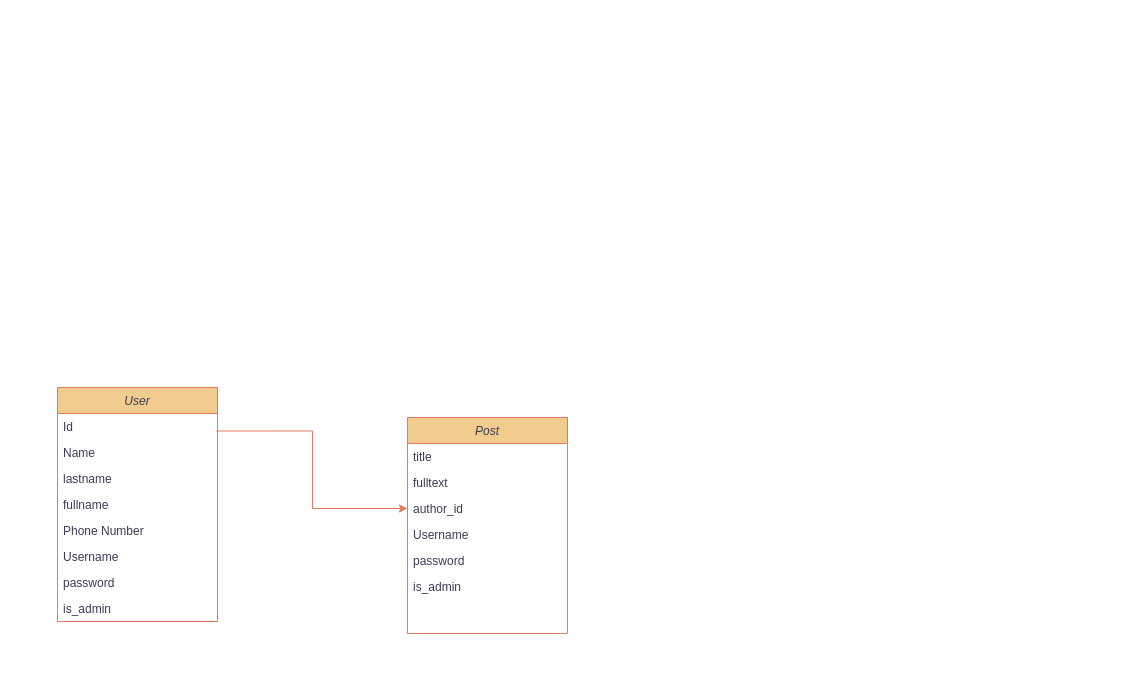
Above: Диаграмма без названия.drawio in StarGroupnukus/FiveCityNews (draw.io), before the change. Source tidied: cells renumbered, new cells numbered last; positions are measured from the earlier drawing's top-left corner, leaving out a move shared by most shapes. Both pictures are drawn from the tidied source at 100%, with x=0, y=0 at pixel (57, 387).
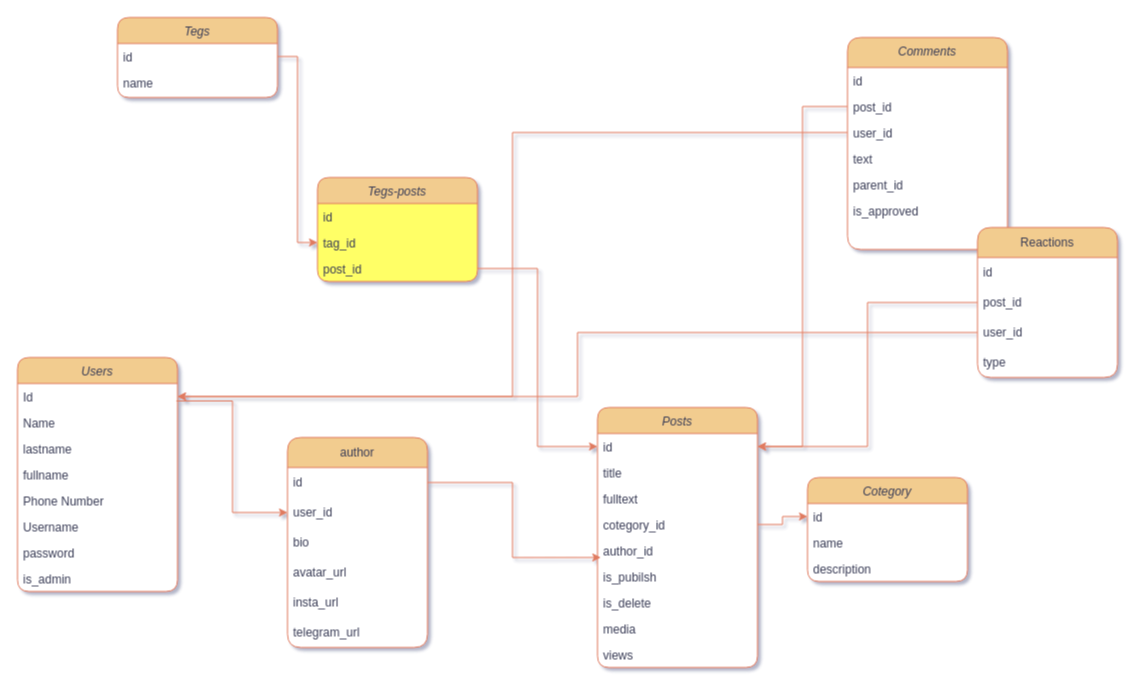
Above is the later version.

Unchanged cells that the change refers to:
```xml
<mxCell id="3" value="Id" style="text;align=left;verticalAlign=top;spacingLeft=4;spacingRight=4;overflow=hidden;points=[[0,0.5],[1,0.5]];portConstraint=eastwest;labelBackgroundColor=none;fontColor=#393C56;" parent="2" vertex="1">
  <mxGeometry y="26" width="160" height="26" as="geometry" />
</mxCell>
```

What changed in the source:
```diff
@@
-<mxGraphModel>
+<mxGraphModel shadow="1">
@@
-    <mxCell id="2" value="User" style="swimlane;fontStyle=2;align=center;verticalAlign=top;horizontal=1;startSize=26;rounded=0;shadow=0;strokeWidth=1;labelBackgroundColor=none;fillColor=#F2CC8F;strokeColor=#E07A5F;fontColor=#393C56;" parent="1" vertex="1">
-      <mxGeometry width="160" height="234" as="geometry" />
+    <mxCell id="2" value="Users" style="swimlane;fontStyle=2;align=center;verticalAlign=top;horizontal=1;startSize=26;rounded=1;shadow=0;strokeWidth=1;labelBackgroundColor=none;fillColor=#F2CC8F;strokeColor=#E07A5F;fontColor=#393C56;swimlaneFillColor=default;" parent="1" vertex="1">
+      <mxGeometry x="-40" y="-30" width="160" height="234" as="geometry" />
     </mxCell>
@@
-    <mxCell id="11" value="Post" style="swimlane;fontStyle=2;align=center;verticalAlign=top;horizontal=1;startSize=26;rounded=0;shadow=0;strokeWidth=1;labelBackgroundColor=none;fillColor=#F2CC8F;strokeColor=#E07A5F;fontColor=#393C56;" parent="1" vertex="1">
-      <mxGeometry x="350" y="30" width="160" height="216" as="geometry" />
+    <mxCell id="11" value="Posts" style="swimlane;fontStyle=2;align=center;verticalAlign=top;horizontal=1;startSize=26;rounded=1;shadow=0;strokeWidth=1;labelBackgroundColor=none;fillColor=#F2CC8F;strokeColor=#E07A5F;fontColor=#393C56;rotation=0;swimlaneFillColor=default;" parent="1" vertex="1">
+      <mxGeometry x="540" y="20" width="160" height="260" as="geometry" />
     </mxCell>
+    <mxCell id="19" value="id" style="text;align=left;verticalAlign=top;spacingLeft=4;spacingRight=4;overflow=hidden;points=[[0,0.5],[1,0.5]];portConstraint=eastwest;labelBackgroundColor=none;fontColor=#393C56;rotation=0;" parent="11" vertex="1">
+      <mxGeometry y="26" width="160" height="26" as="geometry" />
+    </mxCell>
-    <mxCell id="12" value="title" style="text;align=left;verticalAlign=top;spacingLeft=4;spacingRight=4;overflow=hidden;labelBackgroundColor=none;fontColor=#393C56;" parent="11" vertex="1">
-      <mxGeometry y="26" width="160" height="26" as="geometry" />
+    <mxCell id="12" value="title" style="text;align=left;verticalAlign=top;spacingLeft=4;spacingRight=4;overflow=hidden;labelBackgroundColor=none;fontColor=#393C56;rotation=0;" parent="11" vertex="1">
+      <mxGeometry y="52" width="160" height="26" as="geometry" />
     </mxCell>
-    <mxCell id="13" value="fulltext" style="text;align=left;verticalAlign=top;spacingLeft=4;spacingRight=4;overflow=hidden;labelBackgroundColor=none;fontColor=#393C56;" parent="11" vertex="1">
-      <mxGeometry y="52" width="160" height="26" as="geometry" />
+    <mxCell id="13" value="fulltext" style="text;align=left;verticalAlign=top;spacingLeft=4;spacingRight=4;overflow=hidden;labelBackgroundColor=none;fontColor=#393C56;rotation=0;" parent="11" vertex="1">
+      <mxGeometry y="78" width="160" height="26" as="geometry" />
     </mxCell>
+    <mxCell id="20" value="cotegory_id&#10;" style="text;align=left;verticalAlign=top;spacingLeft=4;spacingRight=4;overflow=hidden;points=[[0,0.5],[1,0.5]];portConstraint=eastwest;labelBackgroundColor=none;fontColor=#393C56;rotation=0;" parent="11" vertex="1">
+      <mxGeometry y="104" width="160" height="26" as="geometry" />
+    </mxCell>
-    <mxCell id="14" value="author_id" style="text;align=left;verticalAlign=top;spacingLeft=4;spacingRight=4;overflow=hidden;points=[[0,0.5],[1,0.5]];portConstraint=eastwest;rounded=0;shadow=0;html=0;labelBackgroundColor=none;fontColor=#393C56;" parent="11" vertex="1">
-      <mxGeometry y="78" width="160" height="26" as="geometry" />
+    <mxCell id="14" value="author_id" style="text;align=left;verticalAlign=top;spacingLeft=4;spacingRight=4;overflow=hidden;points=[[0,0.5],[1,0.5]];portConstraint=eastwest;rounded=0;shadow=0;html=0;labelBackgroundColor=none;fontColor=#393C56;rotation=0;" parent="11" vertex="1">
+      <mxGeometry y="130" width="160" height="26" as="geometry" />
     </mxCell>
-    <mxCell id="15" value="Username" style="text;align=left;verticalAlign=top;spacingLeft=4;spacingRight=4;overflow=hidden;labelBackgroundColor=none;fontColor=#393C56;" parent="11" vertex="1">
-      <mxGeometry y="104" width="160" height="26" as="geometry" />
+    <mxCell id="15" value="is_pubilsh" style="text;align=left;verticalAlign=top;spacingLeft=4;spacingRight=4;overflow=hidden;labelBackgroundColor=none;fontColor=#393C56;rotation=0;" parent="11" vertex="1">
+      <mxGeometry y="156" width="160" height="26" as="geometry" />
     </mxCell>
-    <mxCell id="16" value="password" style="text;align=left;verticalAlign=top;spacingLeft=4;spacingRight=4;overflow=hidden;labelBackgroundColor=none;fontColor=#393C56;" parent="11" vertex="1">
-      <mxGeometry y="130" width="160" height="26" as="geometry" />
+    <mxCell id="16" value="is_delete" style="text;align=left;verticalAlign=top;spacingLeft=4;spacingRight=4;overflow=hidden;labelBackgroundColor=none;fontColor=#393C56;rotation=0;" parent="11" vertex="1">
+      <mxGeometry y="182" width="160" height="26" as="geometry" />
     </mxCell>
-    <mxCell id="17" value="is_admin" style="text;align=left;verticalAlign=top;spacingLeft=4;spacingRight=4;overflow=hidden;labelBackgroundColor=none;fontColor=#393C56;" parent="11" vertex="1">
-      <mxGeometry y="156" width="160" height="26" as="geometry" />
+    <mxCell id="17" value="media" style="text;align=left;verticalAlign=top;spacingLeft=4;spacingRight=4;overflow=hidden;labelBackgroundColor=none;fontColor=#393C56;rotation=0;" parent="11" vertex="1">
+      <mxGeometry y="208" width="160" height="26" as="geometry" />
     </mxCell>
+    <mxCell id="21" value="views" style="text;align=left;verticalAlign=top;spacingLeft=4;spacingRight=4;overflow=hidden;labelBackgroundColor=none;fontColor=#393C56;rotation=0;" parent="11" vertex="1">
+      <mxGeometry y="234" width="160" height="26" as="geometry" />
+    </mxCell>
-    <mxCell id="18" style="edgeStyle=orthogonalEdgeStyle;rounded=0;jettySize=auto;html=1;strokeColor=#E07A5F;fontColor=#393C56;fillColor=#F2CC8F;exitX=0.993;exitY=0.672;exitDx=0;exitDy=0;exitPerimeter=0;" parent="1" edge="1" source="3" target="14">
+    <mxCell id="18" style="edgeStyle=orthogonalEdgeStyle;rounded=0;jettySize=auto;html=1;strokeColor=#E07A5F;fontColor=#393C56;fillColor=#F2CC8F;exitX=0.993;exitY=0.672;exitDx=0;exitDy=0;exitPerimeter=0;entryX=0;entryY=0.5;entryDx=0;entryDy=0;" parent="1" edge="1" source="3" target="38">
       <mxGeometry relative="1" as="geometry" />
     </mxCell>
+    <mxCell id="22" value="Tegs" style="swimlane;fontStyle=2;align=center;verticalAlign=top;horizontal=1;startSize=26;rounded=1;shadow=0;strokeWidth=1;labelBackgroundColor=none;fillColor=#F2CC8F;strokeColor=#E07A5F;fontColor=#393C56;rotation=0;swimlaneFillColor=default;" parent="1" vertex="1">
+      <mxGeometry x="60" y="-370" width="160" height="80" as="geometry" />
+    </mxCell>
+    <mxCell id="23" value="id" style="text;align=left;verticalAlign=top;spacingLeft=4;spacingRight=4;overflow=hidden;points=[[0,0.5],[1,0.5]];portConstraint=eastwest;labelBackgroundColor=none;fontColor=#393C56;rotation=0;" parent="22" vertex="1">
+      <mxGeometry y="26" width="160" height="26" as="geometry" />
+    </mxCell>
+    <mxCell id="24" value="name" style="text;align=left;verticalAlign=top;spacingLeft=4;spacingRight=4;overflow=hidden;labelBackgroundColor=none;fontColor=#393C56;rotation=0;" parent="22" vertex="1">
+      <mxGeometry y="52" width="160" height="26" as="geometry" />
+    </mxCell>
+    <mxCell id="25" value="Cotegory" style="swimlane;fontStyle=2;align=center;verticalAlign=top;horizontal=1;startSize=26;rounded=1;shadow=0;strokeWidth=1;labelBackgroundColor=none;fillColor=#F2CC8F;strokeColor=#E07A5F;fontColor=#393C56;rotation=0;swimlaneFillColor=default;" parent="1" vertex="1">
+      <mxGeometry x="750" y="90" width="160" height="104" as="geometry" />
+    </mxCell>
+    <mxCell id="26" value="id" style="text;align=left;verticalAlign=top;spacingLeft=4;spacingRight=4;overflow=hidden;points=[[0,0.5],[1,0.5]];portConstraint=eastwest;labelBackgroundColor=none;fontColor=#393C56;rotation=0;" parent="25" vertex="1">
+      <mxGeometry y="26" width="160" height="26" as="geometry" />
+    </mxCell>
+    <mxCell id="27" value="name" style="text;align=left;verticalAlign=top;spacingLeft=4;spacingRight=4;overflow=hidden;labelBackgroundColor=none;fontColor=#393C56;rotation=0;" parent="25" vertex="1">
+      <mxGeometry y="52" width="160" height="26" as="geometry" />
+    </mxCell>
+    <mxCell id="28" value="description" style="text;align=left;verticalAlign=top;spacingLeft=4;spacingRight=4;overflow=hidden;rounded=0;shadow=0;html=0;labelBackgroundColor=none;fontColor=#393C56;rotation=0;" parent="25" vertex="1">
+      <mxGeometry y="78" width="160" height="26" as="geometry" />
+    </mxCell>
+    <mxCell id="29" value="Tegs-posts" style="swimlane;fontStyle=2;align=center;verticalAlign=top;horizontal=1;startSize=26;rounded=1;shadow=0;strokeWidth=1;labelBackgroundColor=none;fillColor=#F2CC8F;strokeColor=#E07A5F;fontColor=#393C56;rotation=0;swimlaneFillColor=#FFFF66;" parent="1" vertex="1">
+      <mxGeometry x="260" y="-210" width="160" height="104" as="geometry" />
+    </mxCell>
+    <mxCell id="30" value="id" style="text;align=left;verticalAlign=top;spacingLeft=4;spacingRight=4;overflow=hidden;labelBackgroundColor=none;fontColor=#393C56;rotation=0;" parent="29" vertex="1">
+      <mxGeometry y="26" width="160" height="26" as="geometry" />
+    </mxCell>
+    <mxCell id="31" value="tag_id" style="text;align=left;verticalAlign=top;spacingLeft=4;spacingRight=4;overflow=hidden;points=[[0,0.5],[1,0.5]];portConstraint=eastwest;labelBackgroundColor=none;fontColor=#393C56;rotation=0;" parent="29" vertex="1">
+      <mxGeometry y="52" width="160" height="26" as="geometry" />
+    </mxCell>
+    <mxCell id="32" value="post_id" style="text;align=left;verticalAlign=top;spacingLeft=4;spacingRight=4;overflow=hidden;points=[[0,0.5],[1,0.5]];portConstraint=eastwest;rounded=0;shadow=0;html=0;labelBackgroundColor=none;fontColor=#393C56;rotation=0;" parent="29" vertex="1">
+      <mxGeometry y="78" width="160" height="26" as="geometry" />
+    </mxCell>
+    <mxCell id="33" style="edgeStyle=orthogonalEdgeStyle;rounded=0;jettySize=auto;html=1;entryX=0;entryY=0.5;entryDx=0;entryDy=0;strokeColor=#E07A5F;fontColor=#393C56;fillColor=#F2CC8F;" parent="1" edge="1" source="23" target="31">
+      <mxGeometry relative="1" as="geometry" />
+    </mxCell>
+    <mxCell id="34" style="edgeStyle=orthogonalEdgeStyle;rounded=0;jettySize=auto;html=1;entryX=0;entryY=0.5;entryDx=0;entryDy=0;strokeColor=#E07A5F;fontColor=#393C56;fillColor=#F2CC8F;" parent="1" edge="1" source="32" target="19">
+      <mxGeometry relative="1" as="geometry" />
+    </mxCell>
+    <mxCell id="35" style="edgeStyle=orthogonalEdgeStyle;rounded=0;jettySize=auto;html=1;strokeColor=#E07A5F;fontColor=#393C56;fillColor=#F2CC8F;" parent="1" edge="1" source="20" target="26">
+      <mxGeometry relative="1" as="geometry" />
+    </mxCell>
+    <mxCell id="36" value="author" style="swimlane;fontStyle=0;horizontal=1;startSize=30;whiteSpace=wrap;html=1;strokeColor=#E07A5F;fontColor=#393C56;fillColor=#F2CC8F;rounded=1;swimlaneFillColor=default;swimlaneLine=1;" parent="1" vertex="1">
+      <mxGeometry x="230" y="50" width="140" height="210" as="geometry" />
+    </mxCell>
+    <mxCell id="37" value="id" style="text;strokeColor=none;fillColor=none;align=left;verticalAlign=middle;spacingLeft=4;spacingRight=4;overflow=hidden;points=[[0,0.5],[1,0.5]];portConstraint=eastwest;whiteSpace=wrap;html=1;fontColor=#393C56;" parent="36" vertex="1">
+      <mxGeometry y="30" width="140" height="30" as="geometry" />
+    </mxCell>
+    <mxCell id="38" value="user_id" style="text;strokeColor=none;fillColor=none;align=left;verticalAlign=middle;spacingLeft=4;spacingRight=4;overflow=hidden;points=[[0,0.5],[1,0.5]];portConstraint=eastwest;whiteSpace=wrap;html=1;fontColor=#393C56;" parent="36" vertex="1">
+      <mxGeometry y="60" width="140" height="30" as="geometry" />
+    </mxCell>
+    <mxCell id="39" value="bio" style="text;strokeColor=none;fillColor=none;align=left;verticalAlign=middle;spacingLeft=4;spacingRight=4;overflow=hidden;whiteSpace=wrap;html=1;fontColor=#393C56;" parent="36" vertex="1">
+      <mxGeometry y="90" width="140" height="30" as="geometry" />
+    </mxCell>
+    <mxCell id="40" value="avatar_url" style="text;strokeColor=none;fillColor=none;align=left;verticalAlign=middle;spacingLeft=4;spacingRight=4;overflow=hidden;whiteSpace=wrap;html=1;fontColor=#393C56;" parent="36" vertex="1">
+      <mxGeometry y="120" width="140" height="30" as="geometry" />
+    </mxCell>
+    <mxCell id="41" value="insta_url" style="text;strokeColor=none;fillColor=none;align=left;verticalAlign=middle;spacingLeft=4;spacingRight=4;overflow=hidden;whiteSpace=wrap;html=1;fontColor=#393C56;" parent="36" vertex="1">
+      <mxGeometry y="150" width="140" height="30" as="geometry" />
+    </mxCell>
+    <mxCell id="42" value="telegram_url" style="text;strokeColor=none;fillColor=none;align=left;verticalAlign=middle;spacingLeft=4;spacingRight=4;overflow=hidden;whiteSpace=wrap;html=1;fontColor=#393C56;" parent="36" vertex="1">
+      <mxGeometry y="180" width="140" height="30" as="geometry" />
+    </mxCell>
+    <mxCell id="43" style="edgeStyle=orthogonalEdgeStyle;rounded=0;jettySize=auto;html=1;exitX=1;exitY=0.5;exitDx=0;exitDy=0;entryX=0.021;entryY=0.768;entryDx=0;entryDy=0;entryPerimeter=0;strokeColor=#E07A5F;fontColor=#393C56;fillColor=#F2CC8F;" parent="1" edge="1" source="37" target="14">
+      <mxGeometry relative="1" as="geometry" />
+    </mxCell>
+    <mxCell id="44" value="Comments" style="swimlane;fontStyle=2;align=center;verticalAlign=top;horizontal=1;startSize=30;rounded=1;shadow=0;strokeWidth=1;labelBackgroundColor=none;fillColor=#F2CC8F;strokeColor=#E07A5F;fontColor=#393C56;rotation=0;swimlaneFillColor=default;" parent="1" vertex="1">
+      <mxGeometry x="790" y="-350" width="160" height="212" as="geometry" />
+    </mxCell>
+    <mxCell id="45" value="id" style="text;align=left;verticalAlign=top;spacingLeft=4;spacingRight=4;overflow=hidden;labelBackgroundColor=none;fontColor=#393C56;rotation=0;" parent="44" vertex="1">
+      <mxGeometry y="30" width="160" height="26" as="geometry" />
+    </mxCell>
+    <mxCell id="46" value="post_id " style="text;align=left;verticalAlign=top;spacingLeft=4;spacingRight=4;overflow=hidden;points=[[0,0.5],[1,0.5]];portConstraint=eastwest;labelBackgroundColor=none;fontColor=#393C56;rotation=0;" parent="44" vertex="1">
+      <mxGeometry y="56" width="160" height="26" as="geometry" />
+    </mxCell>
+    <mxCell id="47" value="user_id" style="text;align=left;verticalAlign=top;spacingLeft=4;spacingRight=4;overflow=hidden;points=[[0,0.5],[1,0.5]];portConstraint=eastwest;labelBackgroundColor=none;fontColor=#393C56;rotation=0;" parent="44" vertex="1">
+      <mxGeometry y="82" width="160" height="26" as="geometry" />
+    </mxCell>
+    <mxCell id="48" value="text" style="text;align=left;verticalAlign=top;spacingLeft=4;spacingRight=4;overflow=hidden;labelBackgroundColor=none;fontColor=#393C56;rotation=0;" parent="44" vertex="1">
+      <mxGeometry y="108" width="160" height="26" as="geometry" />
+    </mxCell>
+    <mxCell id="49" value="parent_id" style="text;align=left;verticalAlign=top;spacingLeft=4;spacingRight=4;overflow=hidden;labelBackgroundColor=none;fontColor=#393C56;rotation=0;" parent="44" vertex="1">
+      <mxGeometry y="134" width="160" height="26" as="geometry" />
+    </mxCell>
+    <mxCell id="50" value="is_approved" style="text;align=left;verticalAlign=top;spacingLeft=4;spacingRight=4;overflow=hidden;labelBackgroundColor=none;fontColor=#393C56;rotation=0;" parent="44" vertex="1">
+      <mxGeometry y="160" width="160" height="26" as="geometry" />
+    </mxCell>
+    <mxCell id="51" style="edgeStyle=orthogonalEdgeStyle;rounded=0;jettySize=auto;html=1;entryX=1;entryY=0.5;entryDx=0;entryDy=0;strokeColor=#E07A5F;fontColor=#393C56;fillColor=#F2CC8F;" parent="1" edge="1" source="46" target="19">
+      <mxGeometry relative="1" as="geometry" />
+    </mxCell>
+    <mxCell id="52" style="edgeStyle=orthogonalEdgeStyle;rounded=0;jettySize=auto;html=1;entryX=1;entryY=0.5;entryDx=0;entryDy=0;strokeColor=#E07A5F;fontColor=#393C56;fillColor=#F2CC8F;" parent="1" edge="1" source="47" target="3">
+      <mxGeometry relative="1" as="geometry" />
+    </mxCell>
+    <mxCell id="53" value="Reactions" style="swimlane;fontStyle=0;horizontal=1;startSize=30;whiteSpace=wrap;html=1;strokeColor=#E07A5F;fontColor=#393C56;fillColor=#F2CC8F;swimlaneFillColor=default;rounded=1;" parent="1" vertex="1">
+      <mxGeometry x="920" y="-160" width="140" height="150" as="geometry" />
+    </mxCell>
+    <mxCell id="54" value="id" style="text;strokeColor=none;fillColor=none;align=left;verticalAlign=middle;spacingLeft=4;spacingRight=4;overflow=hidden;whiteSpace=wrap;html=1;fontColor=#393C56;" parent="53" vertex="1">
+      <mxGeometry y="30" width="140" height="30" as="geometry" />
+    </mxCell>
+    <mxCell id="55" value="post_id" style="text;strokeColor=none;fillColor=none;align=left;verticalAlign=middle;spacingLeft=4;spacingRight=4;overflow=hidden;points=[[0,0.5],[1,0.5]];portConstraint=eastwest;whiteSpace=wrap;html=1;fontColor=#393C56;" parent="53" vertex="1">
+      <mxGeometry y="60" width="140" height="30" as="geometry" />
+    </mxCell>
+    <mxCell id="56" value="user_id" style="text;strokeColor=none;fillColor=none;align=left;verticalAlign=middle;spacingLeft=4;spacingRight=4;overflow=hidden;points=[[0,0.5],[1,0.5]];portConstraint=eastwest;whiteSpace=wrap;html=1;fontColor=#393C56;" parent="53" vertex="1">
+      <mxGeometry y="90" width="140" height="30" as="geometry" />
+    </mxCell>
+    <mxCell id="57" value="type" style="text;strokeColor=none;fillColor=none;align=left;verticalAlign=middle;spacingLeft=4;spacingRight=4;overflow=hidden;whiteSpace=wrap;html=1;fontColor=#393C56;" parent="53" vertex="1">
+      <mxGeometry y="120" width="140" height="30" as="geometry" />
+    </mxCell>
+    <mxCell id="58" style="edgeStyle=orthogonalEdgeStyle;rounded=0;jettySize=auto;html=1;entryX=1;entryY=0.5;entryDx=0;entryDy=0;strokeColor=#E07A5F;fontColor=#393C56;fillColor=#F2CC8F;" parent="1" edge="1" source="55" target="19">
+      <mxGeometry relative="1" as="geometry" />
+    </mxCell>
+    <mxCell id="59" style="edgeStyle=orthogonalEdgeStyle;rounded=0;jettySize=auto;html=1;entryX=1;entryY=0.5;entryDx=0;entryDy=0;strokeColor=#E07A5F;fontColor=#393C56;fillColor=#F2CC8F;" parent="1" edge="1" source="56" target="3">
+      <mxGeometry relative="1" as="geometry" />
+    </mxCell>
```
